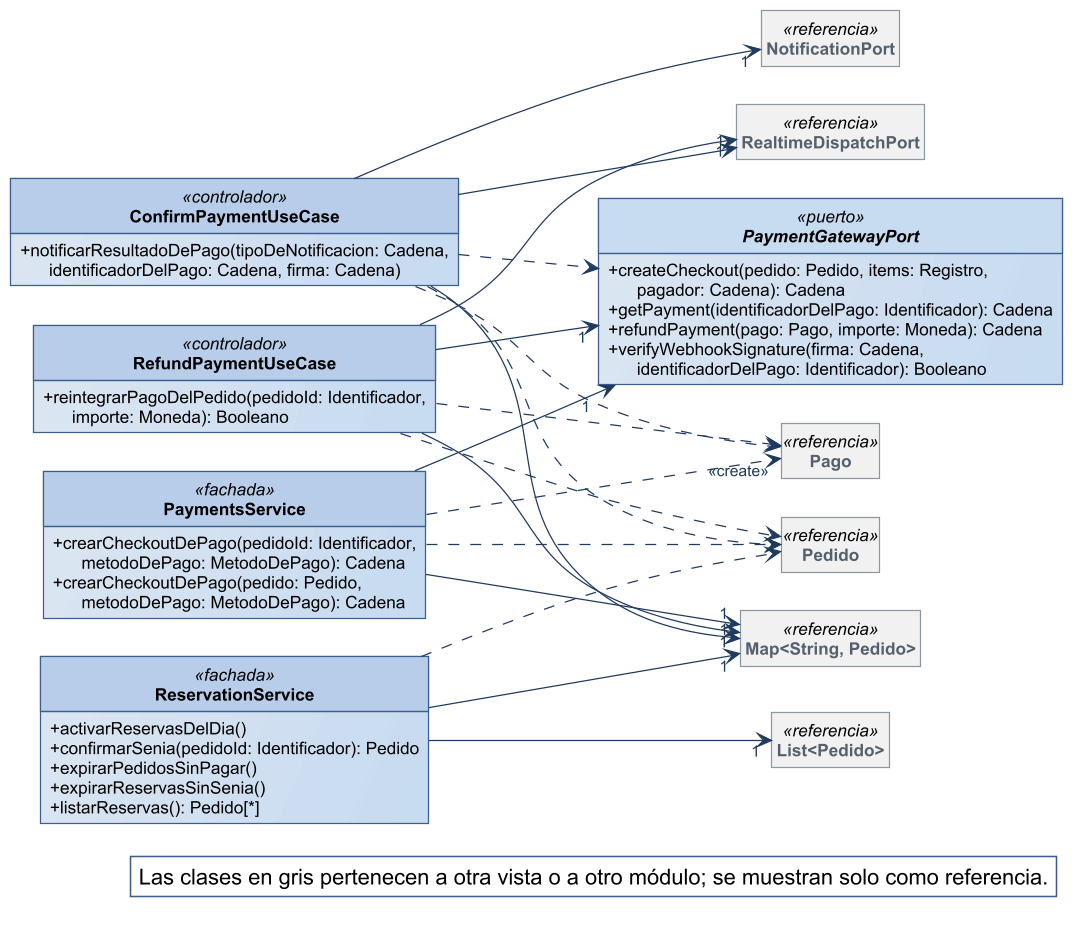
Nahuelito-Dev/splg-docs keeps this PlantUML diagram as diagramas/clases-diseno/DC_Mod_Pagos.png. Above is the earlier version.
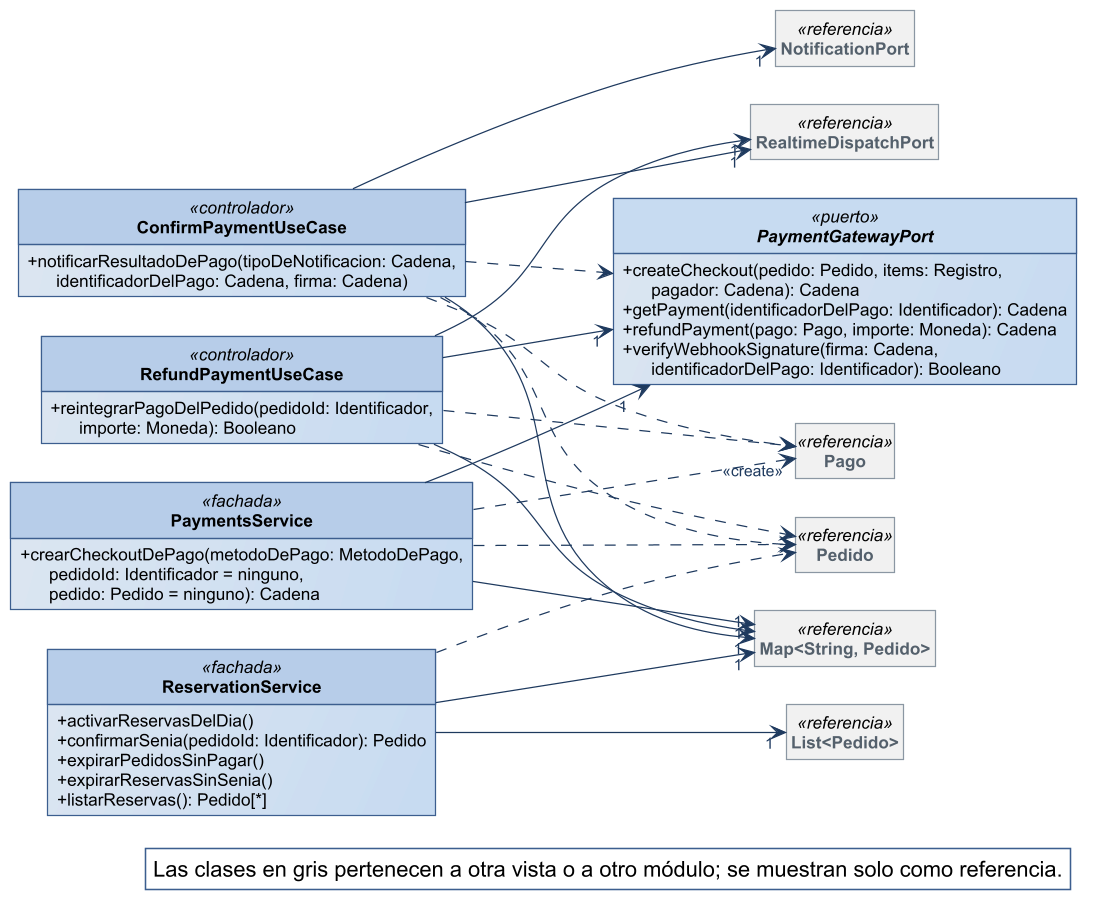
The same diagram one commit later.

Change to the diagram source:
```diff
@@ -31,8 +31,7 @@
 skinparam nodesep 25
 skinparam ranksep 90
 class PaymentsService <<fachada>> {
-  + crearCheckoutDePago(pedidoId: Identificador,\n      metodoDePago: MetodoDePago): Cadena
-  + crearCheckoutDePago(pedido: Pedido,\n      metodoDePago: MetodoDePago): Cadena
+  + crearCheckoutDePago(metodoDePago: MetodoDePago,\n      pedidoId: Identificador = ninguno,\n      pedido: Pedido = ninguno): Cadena
 }
 interface PaymentGatewayPort <<puerto>> {
   + createCheckout(pedido: Pedido, items: Registro,\n      pagador: Cadena): Cadena
```
